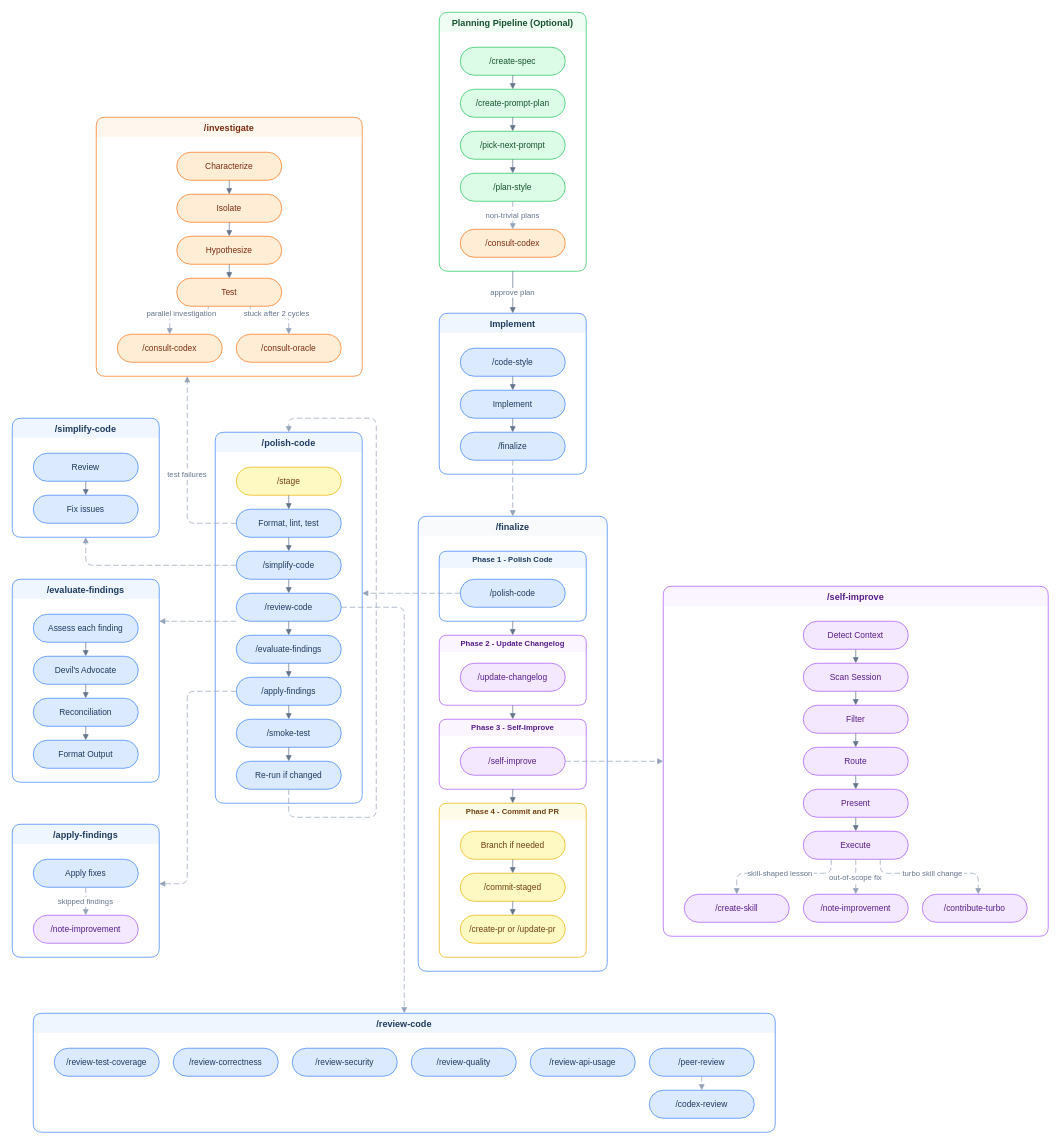
nathan-hayashi/turbo keeps this draw.io diagram as assets/how-skills-connect.drawio. Above is the earlier version. Source tidied: cells renumbered, new cells numbered last; positions are measured from the earlier drawing's top-left corner, leaving out a move shared by most shapes. Both pictures are drawn from the tidied source at 70%, with x=0, y=0 at pixel (12, 12).
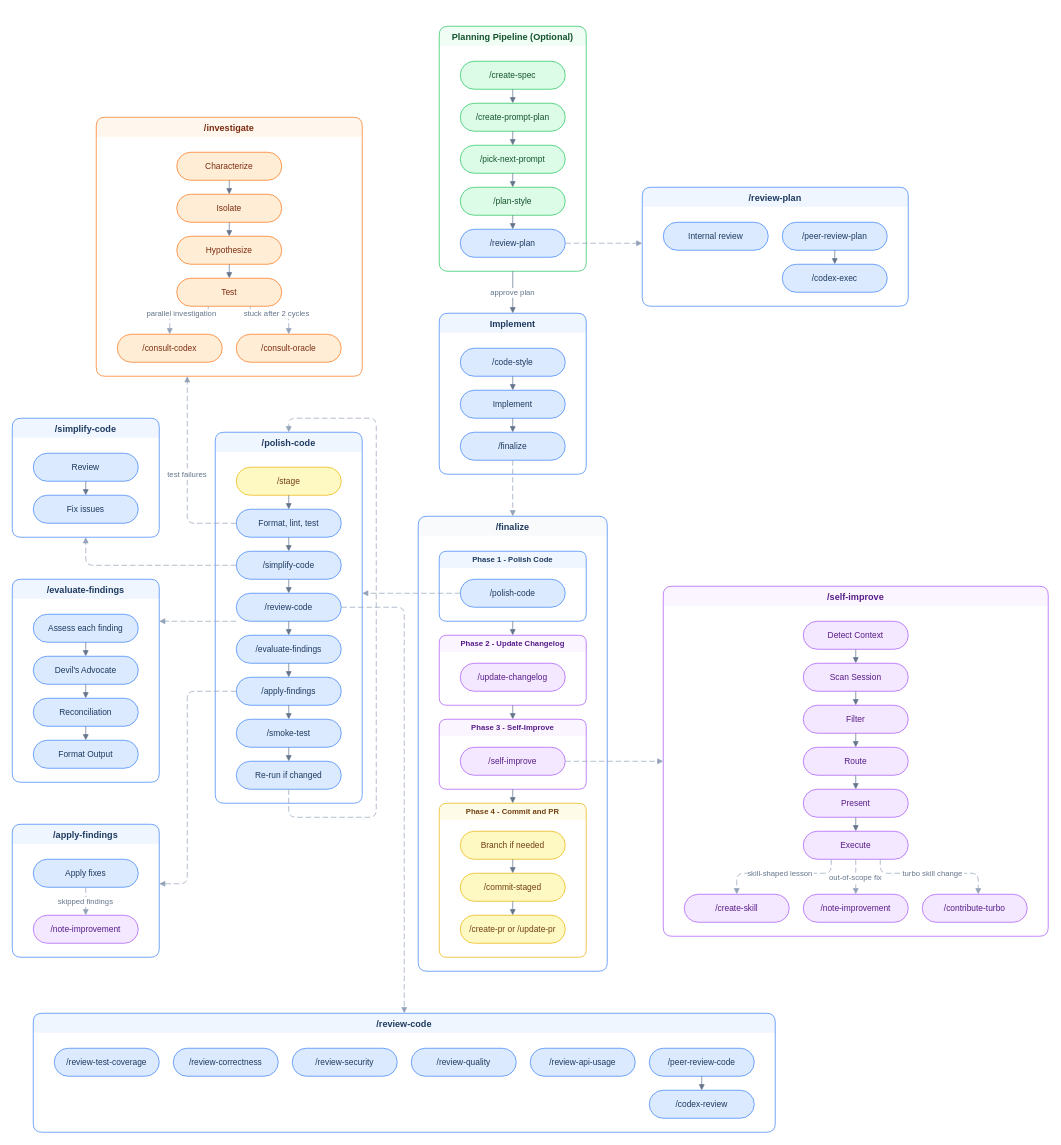
Above is the later version.

Commit message (it also covers changes not shown here):
Add /review-plan and /peer-review-plan skills, rename /peer-review to /peer-review-code

The change refers to these unchanged cells:
```xml
<mxCell id="6" value="/plan-style" style="rounded=1;whiteSpace=wrap;html=1;arcSize=50;fillColor=#dcfce7;strokeColor=#22c55e;fontColor=#14532d;fontSize=12;" parent="2" vertex="1">
  <mxGeometry x="30" y="230" width="150" height="40" as="geometry" />
</mxCell>
<mxCell id="67" value="/review-code" style="swimlane;startSize=28;rounded=1;fillColor=#eff6ff;strokeColor=#3b82f6;fontColor=#1e3a5f;fontStyle=1;fontSize=13;swimlaneLine=0;" parent="1" vertex="1">
  <mxGeometry x="30" y="1430" width="1060" height="170" as="geometry" />
</mxCell>
<mxCell id="74" value="/codex-review" style="rounded=1;whiteSpace=wrap;html=1;arcSize=50;fillColor=#dbeafe;strokeColor=#3b82f6;fontColor=#1e3a5f;fontSize=12;" parent="67" vertex="1">
  <mxGeometry x="880" y="110" width="150" height="40" as="geometry" />
</mxCell>
```

The edit, as a diff of the source:
```diff
@@
     <mxCell id="2" value="Planning Pipeline (Optional)" style="swimlane;startSize=28;rounded=1;fillColor=#f0fdf4;strokeColor=#22c55e;fontColor=#14532d;fontStyle=1;fontSize=13;swimlaneLine=0;" parent="1" vertex="1">
-      <mxGeometry x="610" width="210" height="370" as="geometry" />
+      <mxGeometry x="610" y="20" width="210" height="350" as="geometry" />
     </mxCell>
@@
-    <mxCell id="10" value="/consult-codex" style="rounded=1;whiteSpace=wrap;html=1;arcSize=50;fillColor=#ffedd5;strokeColor=#f97316;fontColor=#7c2d12;fontSize=12;" parent="2" vertex="1">
-      <mxGeometry x="30" y="310" width="150" height="40" as="geometry" />
+    <mxCell id="10" value="/review-plan" style="rounded=1;whiteSpace=wrap;html=1;arcSize=50;fillColor=#dbeafe;strokeColor=#3b82f6;fontColor=#1e3a5f;fontSize=12;" parent="2" vertex="1">
+      <mxGeometry x="30" y="290" width="150" height="40" as="geometry" />
     </mxCell>
-    <mxCell id="11" value="non-trivial plans" style="dashed=1;dashPattern=8 4;endArrow=block;endFill=1;rounded=1;edgeStyle=orthogonalEdgeStyle;strokeColor=#94a3b8;fontSize=11;fontColor=#64748b;" parent="2" edge="1" source="6" target="10">
+    <mxCell id="11" style="endArrow=block;endFill=1;rounded=1;edgeStyle=orthogonalEdgeStyle;strokeColor=#64748b;" parent="2" edge="1" source="6" target="10">
       <mxGeometry relative="1" as="geometry" />
     </mxCell>
@@
-    <mxCell id="73" value="/peer-review" style="rounded=1;whiteSpace=wrap;html=1;arcSize=50;fillColor=#dbeafe;strokeColor=#3b82f6;fontColor=#1e3a5f;fontSize=12;" parent="67" vertex="1">
+    <mxCell id="73" value="/peer-review-code" style="rounded=1;whiteSpace=wrap;html=1;arcSize=50;fillColor=#dbeafe;strokeColor=#3b82f6;fontColor=#1e3a5f;fontSize=12;" parent="67" vertex="1">
       <mxGeometry x="880" y="50" width="150" height="40" as="geometry" />
     </mxCell>
@@
-    <mxCell id="75" style="dashed=1;dashPattern=8 4;endArrow=block;endFill=1;rounded=1;edgeStyle=orthogonalEdgeStyle;strokeColor=#94a3b8;fontSize=11;fontColor=#64748b;" parent="67" edge="1" source="73" target="74">
+    <mxCell id="75" style="endArrow=block;endFill=1;rounded=1;edgeStyle=orthogonalEdgeStyle;strokeColor=#64748b;" parent="67" edge="1" source="73" target="74">
       <mxGeometry relative="1" as="geometry" />
     </mxCell>
@@
+    <mxCell id="115" value="/review-plan" style="swimlane;startSize=28;rounded=1;fillColor=#eff6ff;strokeColor=#3b82f6;fontColor=#1e3a5f;fontStyle=1;fontSize=13;swimlaneLine=0;" parent="1" vertex="1">
+      <mxGeometry x="900" y="250" width="380" height="170" as="geometry" />
+    </mxCell>
+    <mxCell id="116" value="Internal review" style="rounded=1;whiteSpace=wrap;html=1;arcSize=50;fillColor=#dbeafe;strokeColor=#3b82f6;fontColor=#1e3a5f;fontSize=12;" parent="115" vertex="1">
+      <mxGeometry x="30" y="50" width="150" height="40" as="geometry" />
+    </mxCell>
+    <mxCell id="117" value="/peer-review-plan" style="rounded=1;whiteSpace=wrap;html=1;arcSize=50;fillColor=#dbeafe;strokeColor=#3b82f6;fontColor=#1e3a5f;fontSize=12;" parent="115" vertex="1">
+      <mxGeometry x="200" y="50" width="150" height="40" as="geometry" />
+    </mxCell>
+    <mxCell id="118" value="/codex-exec" style="rounded=1;whiteSpace=wrap;html=1;arcSize=50;fillColor=#dbeafe;strokeColor=#3b82f6;fontColor=#1e3a5f;fontSize=12;" parent="115" vertex="1">
+      <mxGeometry x="200" y="110" width="150" height="40" as="geometry" />
+    </mxCell>
+    <mxCell id="119" style="endArrow=block;endFill=1;rounded=1;edgeStyle=orthogonalEdgeStyle;strokeColor=#64748b;" parent="115" edge="1" source="117" target="118">
+      <mxGeometry relative="1" as="geometry" />
+    </mxCell>
+    <mxCell id="120" style="dashed=1;dashPattern=8 4;endArrow=block;endFill=1;rounded=1;edgeStyle=orthogonalEdgeStyle;strokeColor=#94a3b8;fontSize=11;fontColor=#64748b;" parent="1" edge="1" source="10" target="115">
+      <mxGeometry relative="1" as="geometry">
+        <Array as="points">
+          <mxPoint x="860" y="330" />
+          <mxPoint x="860" y="330" />
+        </Array>
+      </mxGeometry>
+    </mxCell>
```
